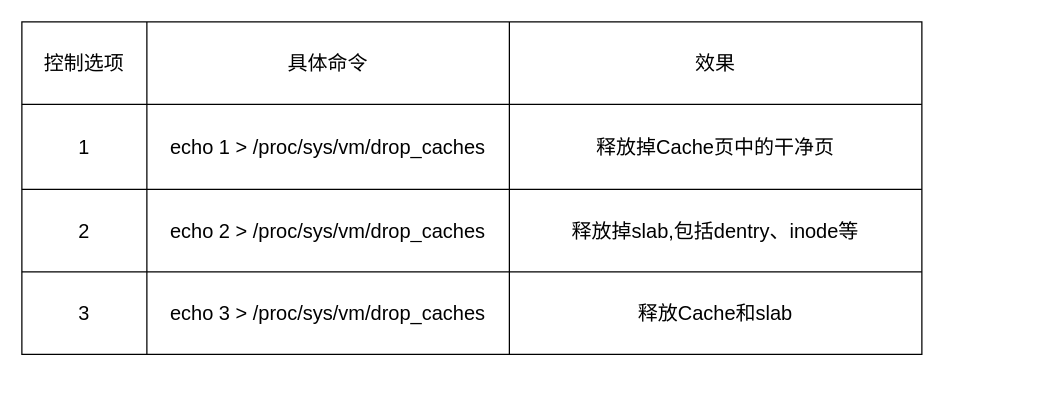
Earlier version of the draw.io diagram dropcache.drawio (Netech-DevNote/itquestions_pictures). Source tidied: cells renumbered, new cells numbered last; positions are measured from the earlier drawing's top-left corner, leaving out a move shared by most shapes. Both pictures are drawn from the tidied source at 125%, with x=0, y=0 at pixel (21, 21).
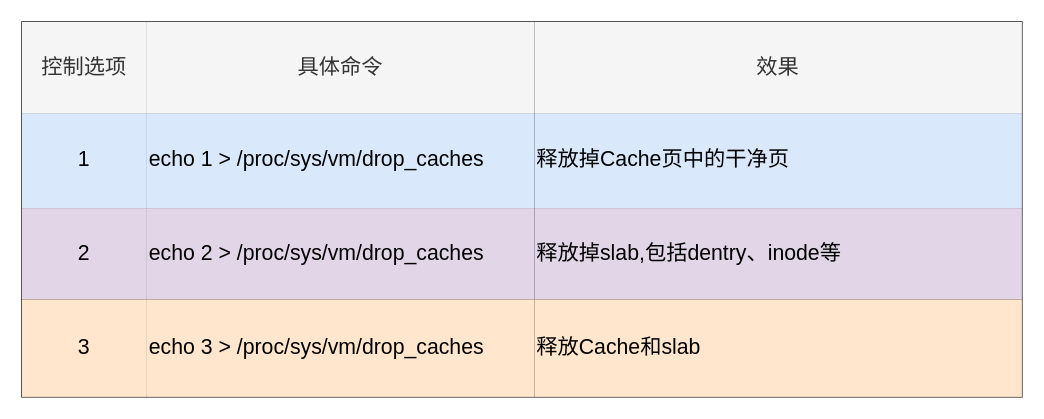
The same page after the edit.

Change to the diagram source:
```diff
@@
 <mxGraphModel>
   <root>
     <mxCell id="0" />
     <mxCell id="1" parent="0" />
-    <mxCell id="2" style="shape=table;startSize=0;childLayout=tableLayout;fontSize=16;" parent="1" vertex="1">
-      <mxGeometry width="720" height="266" as="geometry" />
+    <mxCell id="2" style="shape=table;startSize=0;childLayout=tableLayout;fontSize=17;align=left;" parent="1" vertex="1">
+      <mxGeometry width="800" height="300" as="geometry" />
     </mxCell>
-    <mxCell id="3" style="shape=tableRow;horizontal=0;startSize=0;swimlaneHead=0;swimlaneBody=0;strokeColor=inherit;top=0;left=0;bottom=0;right=0;fillColor=none;fontSize=16;" parent="2" vertex="1">
-      <mxGeometry width="720" height="66" as="geometry" />
+    <mxCell id="3" style="shape=tableRow;horizontal=0;startSize=0;swimlaneHead=0;swimlaneBody=0;strokeColor=inherit;top=0;left=0;bottom=0;right=0;fillColor=none;fontSize=17;" parent="2" vertex="1">
+      <mxGeometry width="800" height="73" as="geometry" />
     </mxCell>
-    <mxCell id="4" value="控制选项" style="shape=partialRectangle;html=1;whiteSpace=wrap;strokeColor=inherit;overflow=hidden;fillColor=none;top=0;left=0;bottom=0;right=0;fontSize=16;" parent="3" vertex="1">
-      <mxGeometry width="100" height="66" as="geometry" />
+    <mxCell id="4" value="控制选项" style="shape=partialRectangle;html=1;whiteSpace=wrap;strokeColor=#666666;overflow=hidden;fillColor=#f5f5f5;top=0;left=0;bottom=0;right=0;fontSize=17;fontColor=#333333;" parent="3" vertex="1">
+      <mxGeometry width="100" height="73" as="geometry" />
     </mxCell>
-    <mxCell id="5" value="具体命令" style="shape=partialRectangle;html=1;whiteSpace=wrap;strokeColor=inherit;overflow=hidden;fillColor=none;top=0;left=0;bottom=0;right=0;fontSize=16;" parent="3" vertex="1">
-      <mxGeometry x="100" width="290" height="66" as="geometry" />
+    <mxCell id="5" value="具体命令" style="shape=partialRectangle;html=1;whiteSpace=wrap;strokeColor=#666666;overflow=hidden;fillColor=#f5f5f5;top=0;left=0;bottom=0;right=0;fontSize=17;fontColor=#333333;" parent="3" vertex="1">
+      <mxGeometry x="100" width="310" height="73" as="geometry" />
     </mxCell>
-    <mxCell id="6" value="效果" style="shape=partialRectangle;html=1;whiteSpace=wrap;strokeColor=inherit;overflow=hidden;fillColor=none;top=0;left=0;bottom=0;right=0;fontSize=16;" parent="3" vertex="1">
-      <mxGeometry x="390" width="330" height="66" as="geometry" />
+    <mxCell id="6" value="效果" style="shape=partialRectangle;html=1;whiteSpace=wrap;strokeColor=#666666;overflow=hidden;fillColor=#f5f5f5;top=0;left=0;bottom=0;right=0;fontSize=17;fontColor=#333333;" parent="3" vertex="1">
+      <mxGeometry x="410" width="390" height="73" as="geometry" />
     </mxCell>
-    <mxCell id="7" style="shape=tableRow;horizontal=0;startSize=0;swimlaneHead=0;swimlaneBody=0;strokeColor=inherit;top=0;left=0;bottom=0;right=0;fillColor=none;fontSize=16;" parent="2" vertex="1">
-      <mxGeometry y="66" width="720" height="68" as="geometry" />
+    <mxCell id="7" style="shape=tableRow;horizontal=0;startSize=0;swimlaneHead=0;swimlaneBody=0;strokeColor=inherit;top=0;left=0;bottom=0;right=0;fillColor=none;fontSize=17;" parent="2" vertex="1">
+      <mxGeometry y="73" width="800" height="76" as="geometry" />
     </mxCell>
-    <mxCell id="8" value="1" style="shape=partialRectangle;html=1;whiteSpace=wrap;strokeColor=inherit;overflow=hidden;fillColor=none;top=0;left=0;bottom=0;right=0;fontSize=16;" parent="7" vertex="1">
-      <mxGeometry width="100" height="68" as="geometry" />
+    <mxCell id="8" value="1" style="shape=partialRectangle;html=1;whiteSpace=wrap;strokeColor=#6c8ebf;overflow=hidden;fillColor=#dae8fc;top=0;left=0;bottom=0;right=0;fontSize=17;" parent="7" vertex="1">
+      <mxGeometry width="100" height="76" as="geometry" />
     </mxCell>
-    <mxCell id="9" value="echo 1 &amp;gt; /proc/sys/vm/drop_caches" style="shape=partialRectangle;html=1;whiteSpace=wrap;strokeColor=inherit;overflow=hidden;fillColor=none;top=0;left=0;bottom=0;right=0;fontSize=16;" parent="7" vertex="1">
-      <mxGeometry x="100" width="290" height="68" as="geometry" />
+    <mxCell id="9" value="echo 1 &amp;gt; /proc/sys/vm/drop_caches" style="shape=partialRectangle;html=1;whiteSpace=wrap;strokeColor=#6c8ebf;overflow=hidden;fillColor=#dae8fc;top=0;left=0;bottom=0;right=0;fontSize=17;align=left;" parent="7" vertex="1">
+      <mxGeometry x="100" width="310" height="76" as="geometry" />
     </mxCell>
-    <mxCell id="10" value="释放掉Cache页中的干净页" style="shape=partialRectangle;html=1;whiteSpace=wrap;strokeColor=inherit;overflow=hidden;fillColor=none;top=0;left=0;bottom=0;right=0;fontSize=16;" parent="7" vertex="1">
-      <mxGeometry x="390" width="330" height="68" as="geometry" />
+    <mxCell id="10" value="释放掉Cache页中的干净页" style="shape=partialRectangle;html=1;whiteSpace=wrap;strokeColor=#6c8ebf;overflow=hidden;fillColor=#dae8fc;top=0;left=0;bottom=0;right=0;fontSize=17;align=left;" parent="7" vertex="1">
+      <mxGeometry x="410" width="390" height="76" as="geometry" />
     </mxCell>
-    <mxCell id="11" style="shape=tableRow;horizontal=0;startSize=0;swimlaneHead=0;swimlaneBody=0;strokeColor=inherit;top=0;left=0;bottom=0;right=0;fillColor=none;fontSize=16;swimlaneFillColor=default;" parent="2" vertex="1">
-      <mxGeometry y="134" width="720" height="66" as="geometry" />
+    <mxCell id="11" style="shape=tableRow;horizontal=0;startSize=0;swimlaneHead=0;swimlaneBody=0;strokeColor=inherit;top=0;left=0;bottom=0;right=0;fillColor=none;fontSize=17;swimlaneFillColor=default;" parent="2" vertex="1">
+      <mxGeometry y="149" width="800" height="73" as="geometry" />
     </mxCell>
-    <mxCell id="12" value="2" style="shape=partialRectangle;html=1;whiteSpace=wrap;strokeColor=inherit;overflow=hidden;fillColor=none;top=0;left=0;bottom=0;right=0;fontSize=16;" parent="11" vertex="1">
-      <mxGeometry width="100" height="66" as="geometry" />
+    <mxCell id="12" value="2" style="shape=partialRectangle;html=1;whiteSpace=wrap;strokeColor=#9673a6;overflow=hidden;fillColor=#e1d5e7;top=0;left=0;bottom=0;right=0;fontSize=17;" parent="11" vertex="1">
+      <mxGeometry width="100" height="73" as="geometry" />
     </mxCell>
-    <mxCell id="13" value="echo 2 &amp;gt; /proc/sys/vm/drop_caches" style="shape=partialRectangle;html=1;whiteSpace=wrap;strokeColor=inherit;overflow=hidden;fillColor=none;top=0;left=0;bottom=0;right=0;fontSize=16;" parent="11" vertex="1">
-      <mxGeometry x="100" width="290" height="66" as="geometry" />
+    <mxCell id="13" value="echo 2 &amp;gt; /proc/sys/vm/drop_caches" style="shape=partialRectangle;html=1;whiteSpace=wrap;strokeColor=#9673a6;overflow=hidden;fillColor=#e1d5e7;top=0;left=0;bottom=0;right=0;fontSize=17;align=left;" parent="11" vertex="1">
+      <mxGeometry x="100" width="310" height="73" as="geometry" />
     </mxCell>
-    <mxCell id="14" value="释放掉slab,包括dentry、inode等" style="shape=partialRectangle;html=1;whiteSpace=wrap;strokeColor=inherit;overflow=hidden;fillColor=none;top=0;left=0;bottom=0;right=0;fontSize=16;" parent="11" vertex="1">
-      <mxGeometry x="390" width="330" height="66" as="geometry" />
+    <mxCell id="14" value="释放掉slab,包括dentry、inode等" style="shape=partialRectangle;html=1;whiteSpace=wrap;strokeColor=#9673a6;overflow=hidden;fillColor=#e1d5e7;top=0;left=0;bottom=0;right=0;fontSize=17;align=left;" parent="11" vertex="1">
+      <mxGeometry x="410" width="390" height="73" as="geometry" />
     </mxCell>
-    <mxCell id="15" style="shape=tableRow;horizontal=0;startSize=0;swimlaneHead=0;swimlaneBody=0;strokeColor=inherit;top=0;left=0;bottom=0;right=0;fillColor=none;fontSize=16;swimlaneFillColor=default;" parent="2" vertex="1">
-      <mxGeometry y="200" width="720" height="66" as="geometry" />
+    <mxCell id="15" style="shape=tableRow;horizontal=0;startSize=0;swimlaneHead=0;swimlaneBody=0;strokeColor=inherit;top=0;left=0;bottom=0;right=0;fillColor=none;fontSize=17;swimlaneFillColor=default;" parent="2" vertex="1">
+      <mxGeometry y="222" width="800" height="78" as="geometry" />
     </mxCell>
-    <mxCell id="16" value="3" style="shape=partialRectangle;html=1;whiteSpace=wrap;strokeColor=inherit;overflow=hidden;fillColor=none;top=0;left=0;bottom=0;right=0;fontSize=16;" parent="15" vertex="1">
-      <mxGeometry width="100" height="66" as="geometry" />
+    <mxCell id="16" value="3" style="shape=partialRectangle;html=1;whiteSpace=wrap;strokeColor=#d79b00;overflow=hidden;fillColor=#ffe6cc;top=0;left=0;bottom=0;right=0;fontSize=17;" parent="15" vertex="1">
+      <mxGeometry width="100" height="78" as="geometry" />
     </mxCell>
-    <mxCell id="17" value="echo 3 &amp;gt; /proc/sys/vm/drop_caches" style="shape=partialRectangle;html=1;whiteSpace=wrap;strokeColor=inherit;overflow=hidden;fillColor=none;top=0;left=0;bottom=0;right=0;fontSize=16;" parent="15" vertex="1">
-      <mxGeometry x="100" width="290" height="66" as="geometry" />
+    <mxCell id="17" value="echo 3 &amp;gt; /proc/sys/vm/drop_caches" style="shape=partialRectangle;html=1;whiteSpace=wrap;strokeColor=#d79b00;overflow=hidden;fillColor=#ffe6cc;top=0;left=0;bottom=0;right=0;fontSize=17;align=left;" parent="15" vertex="1">
+      <mxGeometry x="100" width="310" height="78" as="geometry" />
     </mxCell>
-    <mxCell id="18" value="释放Cache和slab" style="shape=partialRectangle;html=1;whiteSpace=wrap;strokeColor=inherit;overflow=hidden;fillColor=none;top=0;left=0;bottom=0;right=0;fontSize=16;" parent="15" vertex="1">
-      <mxGeometry x="390" width="330" height="66" as="geometry" />
+    <mxCell id="18" value="释放Cache和slab" style="shape=partialRectangle;html=1;whiteSpace=wrap;strokeColor=#d79b00;overflow=hidden;fillColor=#ffe6cc;top=0;left=0;bottom=0;right=0;fontSize=17;align=left;" parent="15" vertex="1">
+      <mxGeometry x="410" width="390" height="78" as="geometry" />
     </mxCell>
   </root>
 </mxGraphModel>
```
